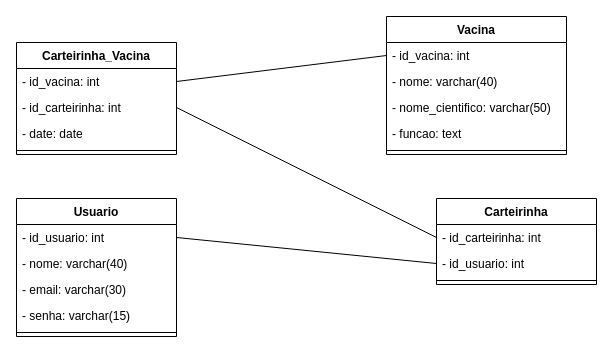
This is documentacao/diagrama de classe.drawio from Carlozo/Vaprotec-carteira-de-vacina-digital, a draw.io file, before an edit. Source tidied: cells renumbered, new cells numbered last; positions are measured from the earlier drawing's top-left corner, leaving out a move shared by most shapes. Both pictures are drawn from the tidied source at 100%, with x=0, y=0 at pixel (16, 16).
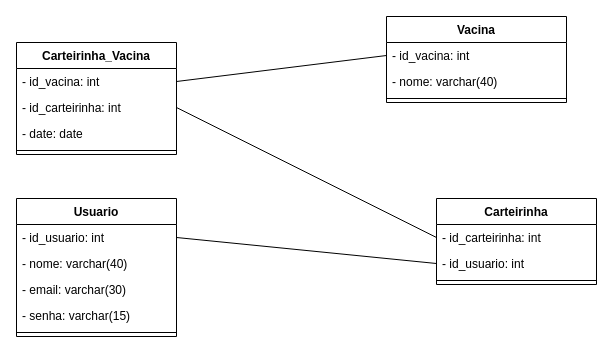
After the change.

Commit message (it also covers changes not shown here):
corrigindo os diagramas

Diff of the diagram source:
```diff
@@
     <mxCell id="13" value="Vacina" style="swimlane;fontStyle=1;align=center;verticalAlign=top;horizontal=1;startSize=26;" parent="1" vertex="1">
-      <mxGeometry x="370" width="180" height="138" as="geometry" />
+      <mxGeometry x="370" width="180" height="86" as="geometry" />
     </mxCell>
@@
-    <mxCell id="16" value="- nome_cientifico: varchar(50)" style="text;strokeColor=none;fillColor=none;align=left;verticalAlign=top;spacingLeft=4;spacingRight=4;overflow=hidden;" parent="13" vertex="1">
-      <mxGeometry y="78" width="180" height="26" as="geometry" />
-    </mxCell>
-    <mxCell id="17" value="- funcao: text" style="text;strokeColor=none;fillColor=none;align=left;verticalAlign=top;spacingLeft=4;spacingRight=4;overflow=hidden;" parent="13" vertex="1">
-      <mxGeometry y="104" width="180" height="26" as="geometry" />
-    </mxCell>
     <mxCell id="18" style="line;strokeWidth=1;fillColor=none;align=left;verticalAlign=middle;spacingTop=-1;spacingLeft=3;spacingRight=3;labelPosition=right;" parent="13" vertex="1">
-      <mxGeometry y="130" width="180" height="8" as="geometry" />
+      <mxGeometry y="78" width="180" height="8" as="geometry" />
     </mxCell>
```
